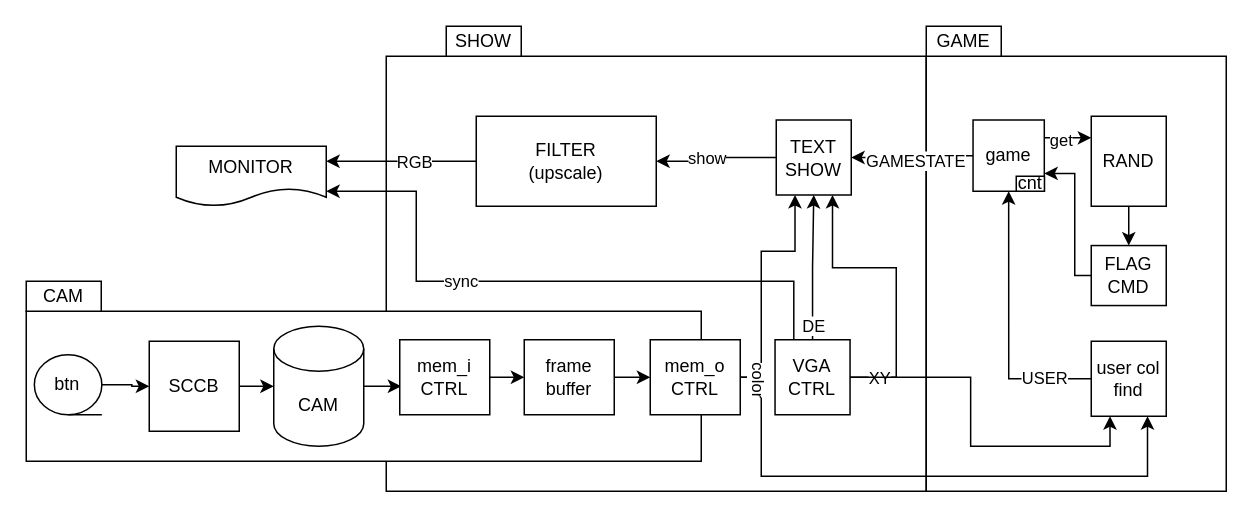
The draw.io diagram page "Project design" (1 of 4) of doc/SystenArchitecture.drawio in cong2738/FlagGame, before the edit. Source tidied: cells renumbered, new cells numbered last; positions are measured from the earlier drawing's top-left corner, leaving out a move shared by most shapes. Both pictures are drawn from the tidied source at 150%, with x=0, y=0 at pixel (26, 26).
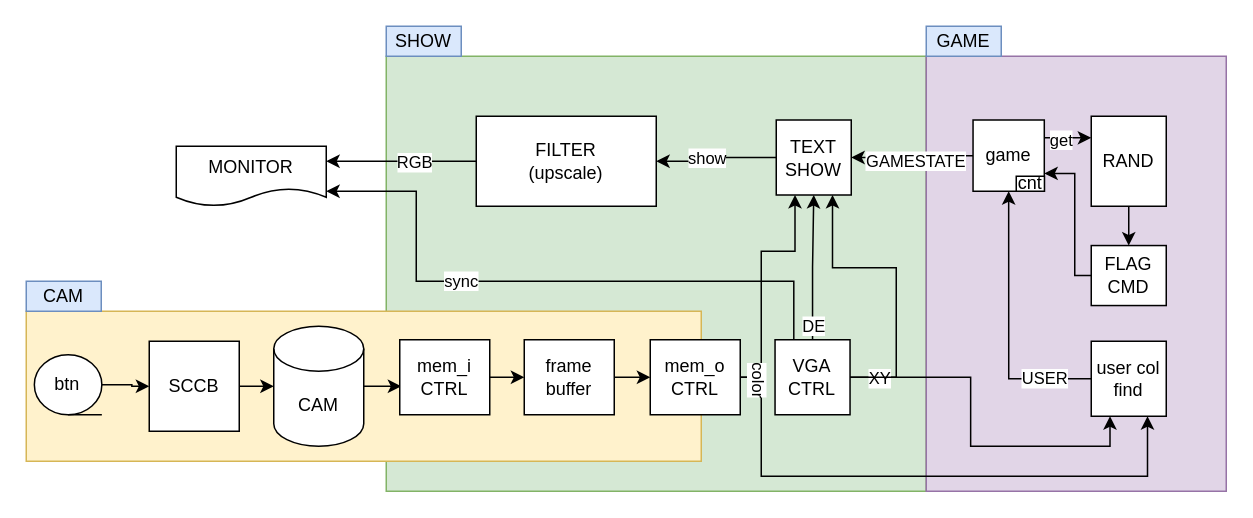
After the change.

Change to the diagram source:
```diff
@@
-    <mxCell id="2" style="rounded=0;whiteSpace=wrap;html=1;" parent="1" vertex="1">
+    <mxCell id="2" style="rounded=0;whiteSpace=wrap;html=1;fillColor=#d5e8d4;strokeColor=#82b366;" parent="1" vertex="1">
       <mxGeometry x="240" y="20" width="360" height="290" as="geometry" />
     </mxCell>
-    <mxCell id="3" style="rounded=0;whiteSpace=wrap;html=1;" parent="1" vertex="1">
+    <mxCell id="3" style="rounded=0;whiteSpace=wrap;html=1;fillColor=#e1d5e7;strokeColor=#9673a6;" parent="1" vertex="1">
       <mxGeometry x="600" y="20" width="200" height="290" as="geometry" />
     </mxCell>
@@
-    <mxCell id="31" style="rounded=0;whiteSpace=wrap;html=1;" parent="1" vertex="1">
+    <mxCell id="31" style="rounded=0;whiteSpace=wrap;html=1;fillColor=#fff2cc;strokeColor=#d6b656;" parent="1" vertex="1">
       <mxGeometry y="190" width="450" height="100" as="geometry" />
     </mxCell>
-    <mxCell id="32" value="CAM" style="rounded=0;whiteSpace=wrap;html=1;" parent="1" vertex="1">
+    <mxCell id="32" value="CAM" style="rounded=0;whiteSpace=wrap;html=1;fillColor=#dae8fc;strokeColor=#6c8ebf;" parent="1" vertex="1">
       <mxGeometry y="170" width="50" height="20" as="geometry" />
     </mxCell>
@@
-    <mxCell id="36" value="GAME" style="rounded=0;whiteSpace=wrap;html=1;" parent="1" vertex="1">
+    <mxCell id="36" value="GAME" style="rounded=0;whiteSpace=wrap;html=1;fillColor=#dae8fc;strokeColor=#6c8ebf;" parent="1" vertex="1">
       <mxGeometry x="600" width="50" height="20" as="geometry" />
     </mxCell>
@@
-    <mxCell id="42" value="SHOW" style="rounded=0;whiteSpace=wrap;html=1;" parent="1" vertex="1">
-      <mxGeometry x="280" width="50" height="20" as="geometry" />
+    <mxCell id="42" value="SHOW" style="rounded=0;whiteSpace=wrap;html=1;fillColor=#dae8fc;strokeColor=#6c8ebf;" parent="1" vertex="1">
+      <mxGeometry x="240" width="50" height="20" as="geometry" />
     </mxCell>
```
